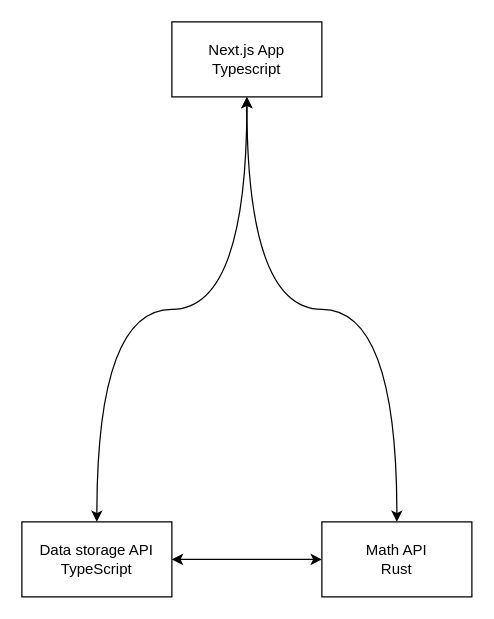
Earlier version of the draw.io diagram docs/Architecture.drawio (ryanoillataguerre/nonprofits-medium). Source tidied: cells renumbered, new cells numbered last; positions are measured from the earlier drawing's top-left corner, leaving out a move shared by most shapes. Both pictures are drawn from the tidied source at 125%, with x=0, y=0 at pixel (21, 21).
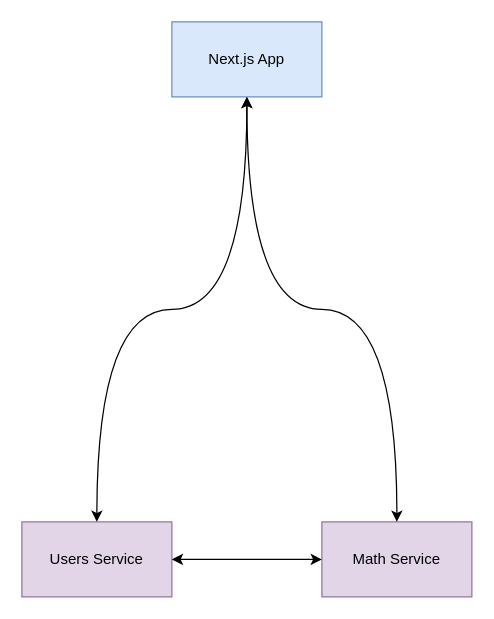
After the change.

Diff of the diagram source:
```diff
@@
 <mxGraphModel>
   <root>
     <mxCell id="0" />
     <mxCell id="1" parent="0" />
-    <mxCell id="2" value="Next.js App&lt;br&gt;Typescript" style="rounded=0;whiteSpace=wrap;html=1;" parent="1" vertex="1">
+    <mxCell id="2" value="Next.js App" style="rounded=0;whiteSpace=wrap;html=1;fillColor=#dae8fc;strokeColor=#6c8ebf;" parent="1" vertex="1">
       <mxGeometry x="120" width="120" height="60" as="geometry" />
     </mxCell>
-    <mxCell id="3" value="Data storage API&lt;br&gt;TypeScript" style="rounded=0;whiteSpace=wrap;html=1;" parent="1" vertex="1">
+    <mxCell id="3" value="Users Service" style="rounded=0;whiteSpace=wrap;html=1;fillColor=#e1d5e7;strokeColor=#9673a6;" parent="1" vertex="1">
       <mxGeometry y="400" width="120" height="60" as="geometry" />
     </mxCell>
-    <mxCell id="4" value="Math API&lt;br&gt;Rust" style="rounded=0;whiteSpace=wrap;html=1;" parent="1" vertex="1">
+    <mxCell id="4" value="Math Service" style="rounded=0;whiteSpace=wrap;html=1;fillColor=#e1d5e7;strokeColor=#9673a6;" parent="1" vertex="1">
       <mxGeometry x="240" y="400" width="120" height="60" as="geometry" />
     </mxCell>
     <mxCell id="5" style="endArrow=classic;startArrow=classic;html=1;exitX=1;exitY=0.5;exitDx=0;exitDy=0;entryX=0;entryY=0.5;entryDx=0;entryDy=0;" parent="1" edge="1" source="3" target="4">
       <mxGeometry relative="1" as="geometry" />
     </mxCell>
     <mxCell id="6" style="endArrow=classic;startArrow=classic;html=1;exitX=0.5;exitY=1;exitDx=0;exitDy=0;entryX=0.5;entryY=0;entryDx=0;entryDy=0;edgeStyle=orthogonalEdgeStyle;curved=1;" parent="1" edge="1" source="2" target="4">
       <mxGeometry relative="1" as="geometry" />
     </mxCell>
     <mxCell id="7" style="endArrow=classic;startArrow=classic;html=1;exitX=0.5;exitY=1;exitDx=0;exitDy=0;entryX=0.5;entryY=0;entryDx=0;entryDy=0;edgeStyle=orthogonalEdgeStyle;curved=1;" parent="1" edge="1" source="2" target="3">
       <mxGeometry relative="1" as="geometry" />
     </mxCell>
   </root>
 </mxGraphModel>
```
